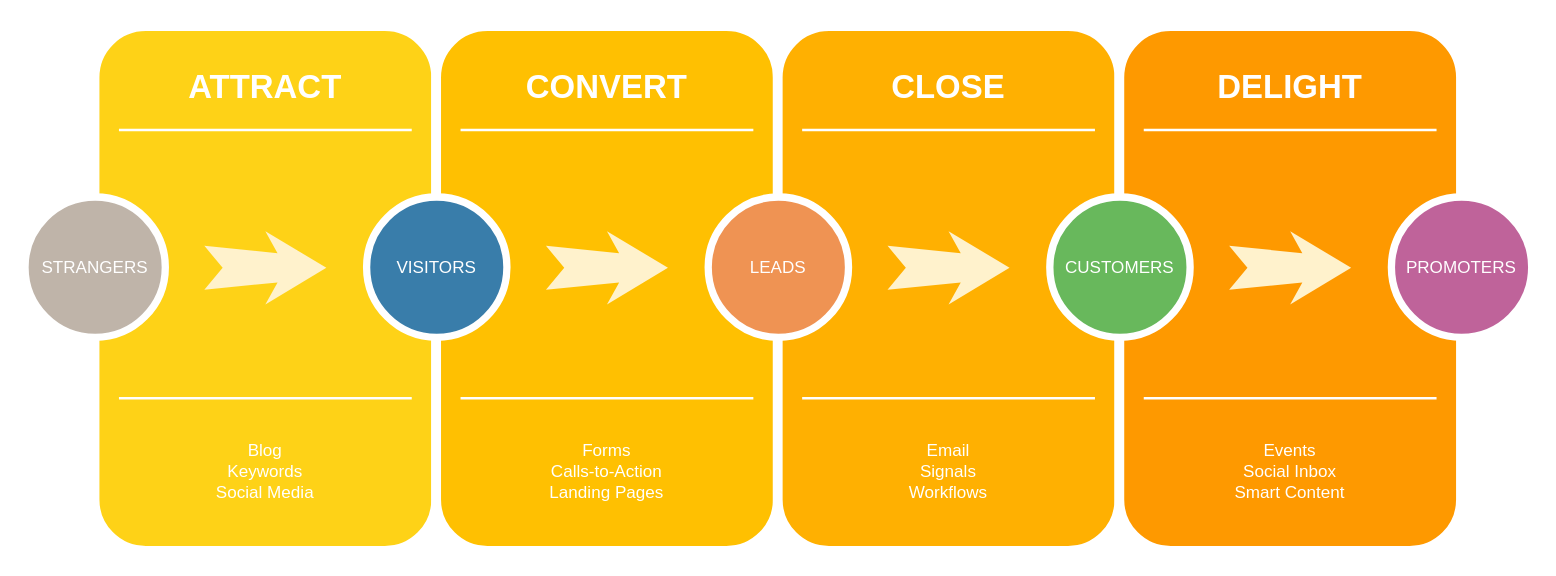
CarryNi/Orange keeps this draw.io diagram as Untitled Diagram.drawio. Above is the earlier version. Source tidied: cells renumbered, new cells numbered last; positions are measured from the earlier drawing's top-left corner, leaving out a move shared by most shapes. Both pictures are drawn from the tidied source at 122%, with x=0, y=0 at pixel (24, 26).
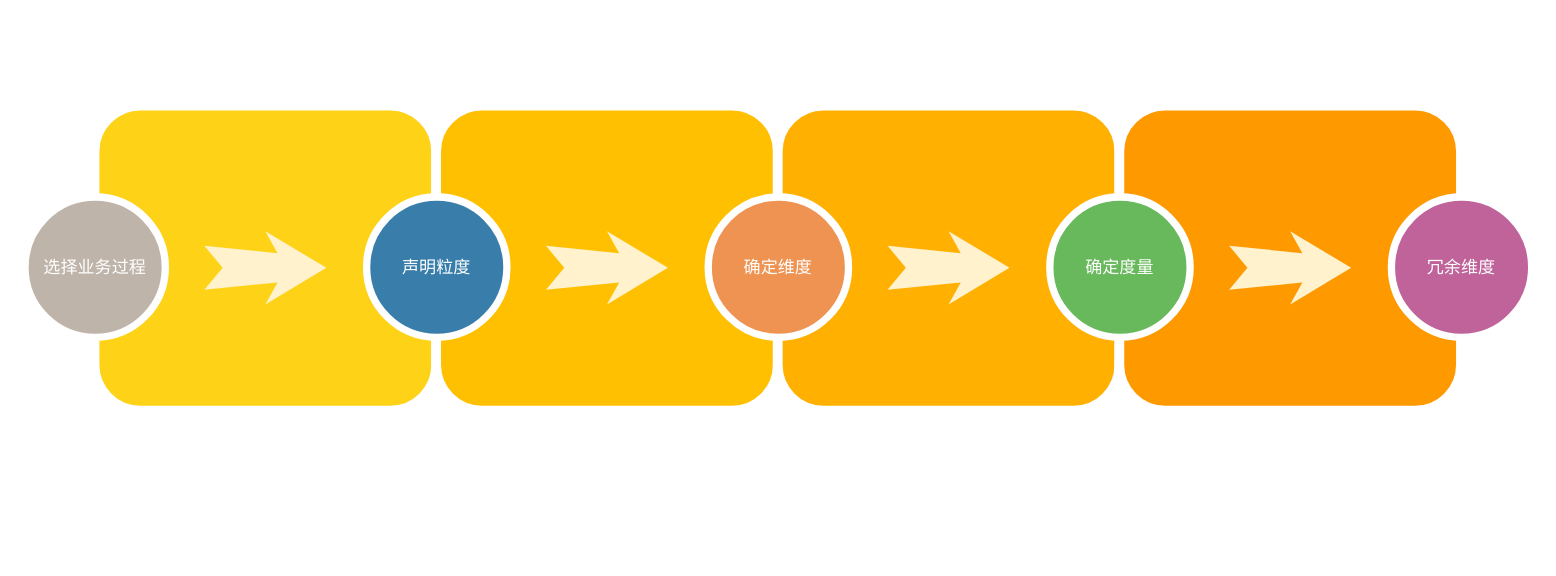
After the change.

The edit, as a diff of the source:
```diff
@@
     <mxCell id="2" style="whiteSpace=wrap;html=1;rounded=1;shadow=0;strokeWidth=8;fontSize=20;align=center;fillColor=#FED217;strokeColor=#FFFFFF;" parent="1" vertex="1">
-      <mxGeometry x="57" width="280" height="430" as="geometry" />
+      <mxGeometry x="57" y="65" width="280" height="250" as="geometry" />
     </mxCell>
-    <mxCell id="3" value="ATTRACT" style="text;html=1;strokeColor=none;fillColor=none;align=center;verticalAlign=middle;whiteSpace=wrap;rounded=0;shadow=0;fontSize=27;fontColor=#FFFFFF;fontStyle=1;" parent="1" vertex="1">
-      <mxGeometry x="57" y="20" width="280" height="60" as="geometry" />
-    </mxCell>
-    <mxCell id="4" value="Blog&lt;div&gt;Keywords&lt;/div&gt;&lt;div&gt;Social Media&lt;/div&gt;" style="text;html=1;strokeColor=none;fillColor=none;align=center;verticalAlign=middle;whiteSpace=wrap;rounded=0;shadow=0;fontSize=14;fontColor=#FFFFFF;" parent="1" vertex="1">
-      <mxGeometry x="57" y="320" width="280" height="90" as="geometry" />
-    </mxCell>
-    <mxCell id="5" style="line;strokeWidth=2;html=1;rounded=0;shadow=0;fontSize=27;align=center;fillColor=none;strokeColor=#FFFFFF;" parent="1" vertex="1">
-      <mxGeometry x="77" y="80" width="240" height="10" as="geometry" />
-    </mxCell>
-    <mxCell id="6" style="line;strokeWidth=2;html=1;rounded=0;shadow=0;fontSize=27;align=center;fillColor=none;strokeColor=#FFFFFF;" parent="1" vertex="1">
-      <mxGeometry x="77" y="300" width="240" height="10" as="geometry" />
-    </mxCell>
-    <mxCell id="7" value="STRANGERS" style="ellipse;whiteSpace=wrap;html=1;rounded=0;shadow=0;strokeWidth=6;fontSize=14;align=center;fillColor=#BFB4A9;strokeColor=#FFFFFF;fontColor=#FFFFFF;" parent="1" vertex="1">
+    <mxCell id="7" value="选择业务过程" style="ellipse;whiteSpace=wrap;html=1;rounded=0;shadow=0;strokeWidth=6;fontSize=14;align=center;fillColor=#BFB4A9;strokeColor=#FFFFFF;fontColor=#FFFFFF;" parent="1" vertex="1">
       <mxGeometry y="140" width="115" height="115" as="geometry" />
     </mxCell>
@@
     <mxCell id="9" style="whiteSpace=wrap;html=1;rounded=1;shadow=0;strokeWidth=8;fontSize=20;align=center;fillColor=#FFC001;strokeColor=#FFFFFF;" parent="1" vertex="1">
-      <mxGeometry x="337" width="280" height="430" as="geometry" />
+      <mxGeometry x="337" y="65" width="280" height="250" as="geometry" />
     </mxCell>
-    <mxCell id="10" value="CONVERT" style="text;html=1;strokeColor=none;fillColor=none;align=center;verticalAlign=middle;whiteSpace=wrap;rounded=0;shadow=0;fontSize=27;fontColor=#FFFFFF;fontStyle=1;" parent="1" vertex="1">
-      <mxGeometry x="337" y="20" width="280" height="60" as="geometry" />
-    </mxCell>
-    <mxCell id="11" value="Forms&lt;div&gt;Calls-to-Action&lt;/div&gt;&lt;div&gt;Landing Pages&lt;/div&gt;" style="text;html=1;strokeColor=none;fillColor=none;align=center;verticalAlign=middle;whiteSpace=wrap;rounded=0;shadow=0;fontSize=14;fontColor=#FFFFFF;" parent="1" vertex="1">
-      <mxGeometry x="337" y="320" width="280" height="90" as="geometry" />
-    </mxCell>
-    <mxCell id="12" style="line;strokeWidth=2;html=1;rounded=0;shadow=0;fontSize=27;align=center;fillColor=none;strokeColor=#FFFFFF;" parent="1" vertex="1">
-      <mxGeometry x="357" y="80" width="240" height="10" as="geometry" />
-    </mxCell>
-    <mxCell id="13" style="line;strokeWidth=2;html=1;rounded=0;shadow=0;fontSize=27;align=center;fillColor=none;strokeColor=#FFFFFF;" parent="1" vertex="1">
-      <mxGeometry x="357" y="300" width="240" height="10" as="geometry" />
-    </mxCell>
-    <mxCell id="14" value="VISITORS" style="ellipse;whiteSpace=wrap;html=1;rounded=0;shadow=0;strokeWidth=6;fontSize=14;align=center;fillColor=#397DAA;strokeColor=#FFFFFF;fontColor=#FFFFFF;" parent="1" vertex="1">
+    <mxCell id="14" value="声明粒度" style="ellipse;whiteSpace=wrap;html=1;rounded=0;shadow=0;strokeWidth=6;fontSize=14;align=center;fillColor=#397DAA;strokeColor=#FFFFFF;fontColor=#FFFFFF;" parent="1" vertex="1">
       <mxGeometry x="280" y="140" width="115" height="115" as="geometry" />
     </mxCell>
@@
     <mxCell id="16" style="whiteSpace=wrap;html=1;rounded=1;shadow=0;strokeWidth=8;fontSize=20;align=center;fillColor=#FFB001;strokeColor=#FFFFFF;" parent="1" vertex="1">
-      <mxGeometry x="617" width="280" height="430" as="geometry" />
+      <mxGeometry x="617" y="65" width="280" height="250" as="geometry" />
     </mxCell>
-    <mxCell id="17" value="CLOSE" style="text;html=1;strokeColor=none;fillColor=none;align=center;verticalAlign=middle;whiteSpace=wrap;rounded=0;shadow=0;fontSize=27;fontColor=#FFFFFF;fontStyle=1;" parent="1" vertex="1">
-      <mxGeometry x="617" y="20" width="280" height="60" as="geometry" />
-    </mxCell>
-    <mxCell id="18" value="Email&lt;div&gt;Signals&lt;/div&gt;&lt;div&gt;Workflows&lt;/div&gt;" style="text;html=1;strokeColor=none;fillColor=none;align=center;verticalAlign=middle;whiteSpace=wrap;rounded=0;shadow=0;fontSize=14;fontColor=#FFFFFF;" parent="1" vertex="1">
-      <mxGeometry x="617" y="320" width="280" height="90" as="geometry" />
-    </mxCell>
-    <mxCell id="19" style="line;strokeWidth=2;html=1;rounded=0;shadow=0;fontSize=27;align=center;fillColor=none;strokeColor=#FFFFFF;" parent="1" vertex="1">
-      <mxGeometry x="637" y="80" width="240" height="10" as="geometry" />
-    </mxCell>
-    <mxCell id="20" style="line;strokeWidth=2;html=1;rounded=0;shadow=0;fontSize=27;align=center;fillColor=none;strokeColor=#FFFFFF;" parent="1" vertex="1">
-      <mxGeometry x="637" y="300" width="240" height="10" as="geometry" />
-    </mxCell>
-    <mxCell id="21" value="LEADS" style="ellipse;whiteSpace=wrap;html=1;rounded=0;shadow=0;strokeWidth=6;fontSize=14;align=center;fillColor=#EF9353;strokeColor=#FFFFFF;fontColor=#FFFFFF;" parent="1" vertex="1">
+    <mxCell id="21" value="确定维度" style="ellipse;whiteSpace=wrap;html=1;rounded=0;shadow=0;strokeWidth=6;fontSize=14;align=center;fillColor=#EF9353;strokeColor=#FFFFFF;fontColor=#FFFFFF;" parent="1" vertex="1">
       <mxGeometry x="560" y="140" width="115" height="115" as="geometry" />
     </mxCell>
@@
     <mxCell id="23" style="whiteSpace=wrap;html=1;rounded=1;shadow=0;strokeWidth=8;fontSize=20;align=center;fillColor=#FE9900;strokeColor=#FFFFFF;" parent="1" vertex="1">
-      <mxGeometry x="897" width="280" height="430" as="geometry" />
+      <mxGeometry x="897" y="65" width="280" height="250" as="geometry" />
     </mxCell>
-    <mxCell id="24" value="DELIGHT" style="text;html=1;strokeColor=none;fillColor=none;align=center;verticalAlign=middle;whiteSpace=wrap;rounded=0;shadow=0;fontSize=27;fontColor=#FFFFFF;fontStyle=1;" parent="1" vertex="1">
-      <mxGeometry x="897" y="20" width="280" height="60" as="geometry" />
-    </mxCell>
-    <mxCell id="25" value="Events&lt;div&gt;Social Inbox&lt;/div&gt;&lt;div&gt;Smart Content&lt;/div&gt;" style="text;html=1;strokeColor=none;fillColor=none;align=center;verticalAlign=middle;whiteSpace=wrap;rounded=0;shadow=0;fontSize=14;fontColor=#FFFFFF;" parent="1" vertex="1">
-      <mxGeometry x="897" y="320" width="280" height="90" as="geometry" />
-    </mxCell>
-    <mxCell id="26" style="line;strokeWidth=2;html=1;rounded=0;shadow=0;fontSize=27;align=center;fillColor=none;strokeColor=#FFFFFF;" parent="1" vertex="1">
-      <mxGeometry x="917" y="80" width="240" height="10" as="geometry" />
-    </mxCell>
-    <mxCell id="27" style="line;strokeWidth=2;html=1;rounded=0;shadow=0;fontSize=27;align=center;fillColor=none;strokeColor=#FFFFFF;" parent="1" vertex="1">
-      <mxGeometry x="917" y="300" width="240" height="10" as="geometry" />
-    </mxCell>
-    <mxCell id="28" value="CUSTOMERS" style="ellipse;whiteSpace=wrap;html=1;rounded=0;shadow=0;strokeWidth=6;fontSize=14;align=center;fillColor=#68B85C;strokeColor=#FFFFFF;fontColor=#FFFFFF;" parent="1" vertex="1">
+    <mxCell id="28" value="确定度量" style="ellipse;whiteSpace=wrap;html=1;rounded=0;shadow=0;strokeWidth=6;fontSize=14;align=center;fillColor=#68B85C;strokeColor=#FFFFFF;fontColor=#FFFFFF;" parent="1" vertex="1">
       <mxGeometry x="840" y="140" width="115" height="115" as="geometry" />
     </mxCell>
@@
-    <mxCell id="30" value="PROMOTERS" style="ellipse;whiteSpace=wrap;html=1;rounded=0;shadow=0;strokeWidth=6;fontSize=14;align=center;fillColor=#BF639A;strokeColor=#FFFFFF;fontColor=#FFFFFF;" parent="1" vertex="1">
+    <mxCell id="30" value="冗余维度" style="ellipse;whiteSpace=wrap;html=1;rounded=0;shadow=0;strokeWidth=6;fontSize=14;align=center;fillColor=#BF639A;strokeColor=#FFFFFF;fontColor=#FFFFFF;" parent="1" vertex="1">
       <mxGeometry x="1120" y="140" width="115" height="115" as="geometry" />
     </mxCell>
```
